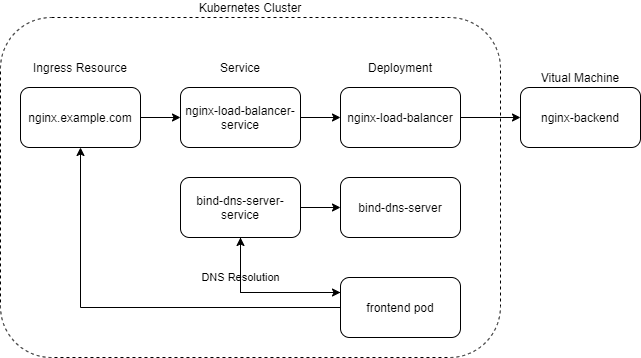
bharatmicrosystems/kubernetes-nginx-service-discovery keeps this draw.io diagram as readme.png. Above is the earlier version. Source tidied: cells renumbered, new cells last; positions are measured from the earlier drawing's top-left corner, leaving out a move shared by most shapes.
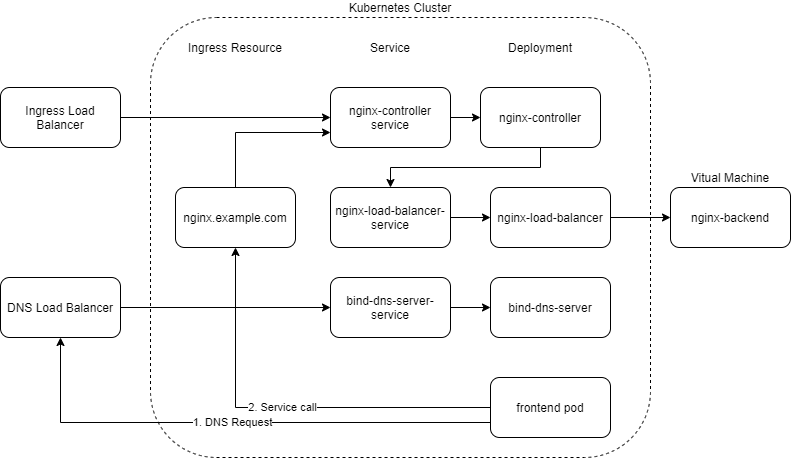
After the change.

What changed in the source:
```diff
@@ -3,7 +3,7 @@
     <mxCell id="0" />
     <mxCell id="1" parent="0" />
     <mxCell id="2" value="Kubernetes Cluster" style="rounded=1;whiteSpace=wrap;html=1;dashed=1;labelPosition=center;verticalLabelPosition=top;align=center;verticalAlign=bottom;" parent="1" vertex="1">
-      <mxGeometry width="500" height="340" as="geometry" />
+      <mxGeometry y="-100" width="500" height="440" as="geometry" />
     </mxCell>
     <mxCell id="3" value="bind-dns-server" style="rounded=1;whiteSpace=wrap;html=1;" parent="1" vertex="1">
       <mxGeometry x="340" y="160" width="120" height="60" as="geometry" />
@@ -14,14 +14,14 @@
     <mxCell id="5" value="nginx-load-balancer" style="rounded=1;whiteSpace=wrap;html=1;" parent="1" vertex="1">
       <mxGeometry x="340" y="70" width="120" height="60" as="geometry" />
     </mxCell>
-    <mxCell id="6" style="edgeStyle=orthogonalEdgeStyle;rounded=0;jettySize=auto;html=1;exitX=1;exitY=0.5;exitDx=0;exitDy=0;" parent="1" edge="1" source="7" target="12">
-      <mxGeometry relative="1" as="geometry" />
-    </mxCell>
+    <mxCell id="21" style="edgeStyle=orthogonalEdgeStyle;rounded=0;jettySize=auto;html=1;exitX=0.5;exitY=0;exitDx=0;exitDy=0;entryX=0;entryY=0.75;entryDx=0;entryDy=0;" parent="1" edge="1" source="7" target="26">
+      <mxGeometry relative="1" as="geometry" />
+    </mxCell>
     <mxCell id="7" value="nginx.example.com" style="rounded=1;whiteSpace=wrap;html=1;" parent="1" vertex="1">
-      <mxGeometry x="20" y="70" width="120" height="60" as="geometry" />
+      <mxGeometry x="25" y="70" width="120" height="60" as="geometry" />
     </mxCell>
     <mxCell id="8" value="Ingress Resource" style="text;html=1;strokeColor=none;fillColor=none;align=center;verticalAlign=middle;whiteSpace=wrap;rounded=0;" parent="1" vertex="1">
-      <mxGeometry x="25" y="40" width="110" height="20" as="geometry" />
+      <mxGeometry x="30" y="-80" width="110" height="20" as="geometry" />
     </mxCell>
     <mxCell id="9" value="nginx-backend" style="rounded=1;whiteSpace=wrap;html=1;" parent="1" vertex="1">
       <mxGeometry x="520" y="70" width="120" height="60" as="geometry" />
@@ -36,28 +36,49 @@
       <mxGeometry x="180" y="70" width="120" height="60" as="geometry" />
     </mxCell>
     <mxCell id="13" value="Service" style="text;html=1;strokeColor=none;fillColor=none;align=center;verticalAlign=middle;whiteSpace=wrap;rounded=0;" parent="1" vertex="1">
-      <mxGeometry x="220" y="40" width="40" height="20" as="geometry" />
+      <mxGeometry x="220" y="-80" width="40" height="20" as="geometry" />
     </mxCell>
     <mxCell id="14" value="Deployment" style="text;html=1;strokeColor=none;fillColor=none;align=center;verticalAlign=middle;whiteSpace=wrap;rounded=0;" parent="1" vertex="1">
-      <mxGeometry x="380" y="40" width="40" height="20" as="geometry" />
+      <mxGeometry x="370" y="-80" width="40" height="20" as="geometry" />
     </mxCell>
     <mxCell id="15" style="edgeStyle=orthogonalEdgeStyle;rounded=0;jettySize=auto;html=1;exitX=1;exitY=0.5;exitDx=0;exitDy=0;entryX=0;entryY=0.5;entryDx=0;entryDy=0;" parent="1" edge="1" source="17" target="3">
       <mxGeometry relative="1" as="geometry" />
     </mxCell>
-    <mxCell id="16" value="DNS Resolution" style="edgeStyle=orthogonalEdgeStyle;rounded=0;jettySize=auto;html=1;exitX=0.5;exitY=1;exitDx=0;exitDy=0;entryX=0;entryY=0.25;entryDx=0;entryDy=0;" parent="1" edge="1" source="17" target="20">
-      <mxGeometry x="-0.48" relative="1" as="geometry" />
-    </mxCell>
     <mxCell id="17" value="bind-dns-server-service" style="rounded=1;whiteSpace=wrap;html=1;" parent="1" vertex="1">
       <mxGeometry x="180" y="160" width="120" height="60" as="geometry" />
     </mxCell>
-    <mxCell id="18" style="edgeStyle=orthogonalEdgeStyle;rounded=0;jettySize=auto;html=1;exitX=0;exitY=0.5;exitDx=0;exitDy=0;" parent="1" edge="1" source="20" target="7">
+    <mxCell id="18" value="2. Service call" style="edgeStyle=orthogonalEdgeStyle;rounded=0;jettySize=auto;html=1;exitX=0;exitY=0.5;exitDx=0;exitDy=0;" parent="1" edge="1" source="20" target="7">
       <mxGeometry relative="1" as="geometry" />
     </mxCell>
-    <mxCell id="19" style="edgeStyle=orthogonalEdgeStyle;rounded=0;jettySize=auto;html=1;exitX=0;exitY=0.25;exitDx=0;exitDy=0;entryX=0.5;entryY=1;entryDx=0;entryDy=0;" parent="1" edge="1" source="20" target="17">
-      <mxGeometry relative="1" as="geometry" />
-    </mxCell>
+    <mxCell id="22" value="1. DNS Request" style="edgeStyle=orthogonalEdgeStyle;rounded=0;jettySize=auto;html=1;exitX=0;exitY=0.75;exitDx=0;exitDy=0;entryX=0.5;entryY=1;entryDx=0;entryDy=0;" parent="1" edge="1" source="20" target="30">
+      <mxGeometry relative="1" as="geometry" />
+    </mxCell>
     <mxCell id="20" value="frontend pod" style="rounded=1;whiteSpace=wrap;html=1;" parent="1" vertex="1">
       <mxGeometry x="340" y="260" width="120" height="60" as="geometry" />
     </mxCell>
+    <mxCell id="23" style="edgeStyle=orthogonalEdgeStyle;rounded=0;jettySize=auto;html=1;exitX=1;exitY=0.5;exitDx=0;exitDy=0;" parent="1" edge="1" source="24" target="26">
+      <mxGeometry relative="1" as="geometry" />
+    </mxCell>
+    <mxCell id="24" value="Ingress Load Balancer" style="rounded=1;whiteSpace=wrap;html=1;" parent="1" vertex="1">
+      <mxGeometry x="-150" y="-30" width="120" height="60" as="geometry" />
+    </mxCell>
+    <mxCell id="25" style="edgeStyle=orthogonalEdgeStyle;rounded=0;jettySize=auto;html=1;exitX=1;exitY=0.5;exitDx=0;exitDy=0;entryX=0;entryY=0.5;entryDx=0;entryDy=0;" parent="1" edge="1" source="26" target="28">
+      <mxGeometry relative="1" as="geometry" />
+    </mxCell>
+    <mxCell id="26" value="nginx-controller service" style="rounded=1;whiteSpace=wrap;html=1;" parent="1" vertex="1">
+      <mxGeometry x="180" y="-30" width="120" height="60" as="geometry" />
+    </mxCell>
+    <mxCell id="27" style="edgeStyle=orthogonalEdgeStyle;rounded=0;jettySize=auto;html=1;exitX=0.5;exitY=1;exitDx=0;exitDy=0;" parent="1" edge="1" source="28" target="12">
+      <mxGeometry relative="1" as="geometry" />
+    </mxCell>
+    <mxCell id="28" value="nginx-controller" style="rounded=1;whiteSpace=wrap;html=1;" parent="1" vertex="1">
+      <mxGeometry x="330" y="-30" width="120" height="60" as="geometry" />
+    </mxCell>
+    <mxCell id="29" style="edgeStyle=orthogonalEdgeStyle;rounded=0;jettySize=auto;html=1;exitX=1;exitY=0.5;exitDx=0;exitDy=0;entryX=0;entryY=0.5;entryDx=0;entryDy=0;" parent="1" edge="1" source="30" target="17">
+      <mxGeometry relative="1" as="geometry" />
+    </mxCell>
+    <mxCell id="30" value="DNS Load Balancer" style="rounded=1;whiteSpace=wrap;html=1;" parent="1" vertex="1">
+      <mxGeometry x="-150" y="160" width="120" height="60" as="geometry" />
+    </mxCell>
   </root>
 </mxGraphModel>
```
